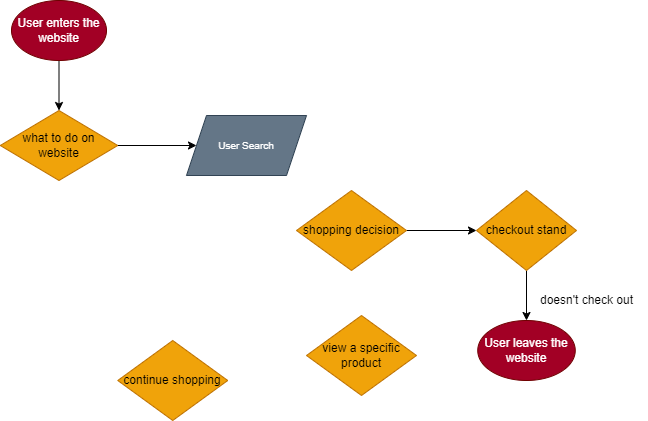
Above: explore/diagramming/diagram.drawio.png in vihsiao/sp24-cse110-lab4 (draw.io), before the change. Source tidied: cells renumbered, new cells last; positions are measured from the earlier drawing's top-left corner, leaving out a move shared by most shapes.
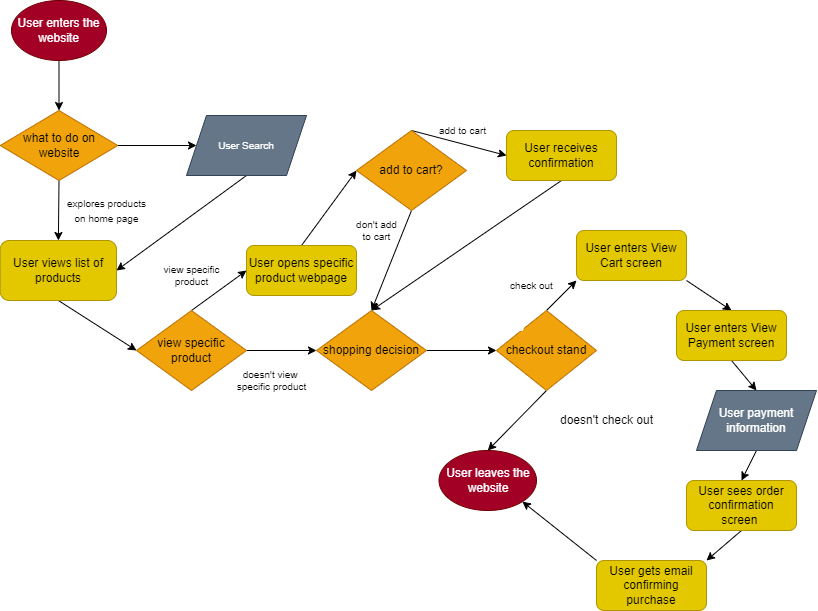
The same file after the commit.

Commit message:
finished diagram

Diff of the diagram source:
```diff
@@ -11,41 +11,128 @@
     <mxCell id="4" style="edgeStyle=none;html=1;exitX=1;exitY=0.5;exitDx=0;exitDy=0;entryX=0;entryY=0.5;entryDx=0;entryDy=0;fontSize=10;fontColor=#FFFFFF;" parent="1" edge="1" source="5" target="16">
       <mxGeometry relative="1" as="geometry" />
     </mxCell>
+    <mxCell id="17" style="edgeStyle=none;html=1;exitX=0.5;exitY=1;exitDx=0;exitDy=0;entryX=0.5;entryY=0;entryDx=0;entryDy=0;" parent="1" edge="1" source="5" target="21">
+      <mxGeometry relative="1" as="geometry" />
+    </mxCell>
     <mxCell id="5" value="&lt;span style=&quot;&quot;&gt;what to do on website&lt;/span&gt;" style="rhombus;whiteSpace=wrap;html=1;labelBackgroundColor=none;fillColor=#f0a30a;fontColor=#000000;strokeColor=#BD7000;" parent="1" vertex="1">
       <mxGeometry x="-0.2" y="110" width="117.5" height="70" as="geometry" />
     </mxCell>
     <mxCell id="6" value="User leaves the website" style="ellipse;whiteSpace=wrap;html=1;fillColor=#a20025;fontColor=#ffffff;strokeColor=#6F0000;" parent="1" vertex="1">
-      <mxGeometry x="477.2" y="320" width="97.5" height="60" as="geometry" />
+      <mxGeometry x="438.5" y="450" width="97.5" height="60" as="geometry" />
     </mxCell>
     <mxCell id="7" style="edgeStyle=none;html=1;exitX=1;exitY=0.5;exitDx=0;exitDy=0;entryX=0;entryY=0.5;entryDx=0;entryDy=0;" parent="1" edge="1" source="8" target="10">
       <mxGeometry relative="1" as="geometry" />
     </mxCell>
     <mxCell id="8" value="&lt;span style=&quot;&quot;&gt;shopping decision&lt;/span&gt;" style="rhombus;whiteSpace=wrap;html=1;labelBackgroundColor=none;fillColor=#f0a30a;fontColor=#000000;strokeColor=#BD7000;" parent="1" vertex="1">
-      <mxGeometry x="296" y="190" width="110" height="80" as="geometry" />
+      <mxGeometry x="316" y="310" width="110" height="80" as="geometry" />
     </mxCell>
     <mxCell id="9" style="edgeStyle=none;html=1;exitX=0.5;exitY=1;exitDx=0;exitDy=0;entryX=0.5;entryY=0;entryDx=0;entryDy=0;" parent="1" edge="1" source="10" target="6">
       <mxGeometry relative="1" as="geometry" />
     </mxCell>
+    <mxCell id="18" style="edgeStyle=none;html=1;exitX=0.5;exitY=0;exitDx=0;exitDy=0;entryX=0;entryY=1;entryDx=0;entryDy=0;fontSize=10;" parent="1" edge="1" source="10" target="38">
+      <mxGeometry relative="1" as="geometry" />
+    </mxCell>
     <mxCell id="10" value="&lt;span style=&quot;&quot;&gt;checkout stand&lt;/span&gt;" style="rhombus;whiteSpace=wrap;html=1;labelBackgroundColor=none;fillColor=#f0a30a;fontColor=#000000;strokeColor=#BD7000;" parent="1" vertex="1">
-      <mxGeometry x="476" y="190" width="100" height="80" as="geometry" />
+      <mxGeometry x="496" y="310" width="100" height="80" as="geometry" />
     </mxCell>
     <mxCell id="11" value="doesn't check out" style="text;html=1;align=center;verticalAlign=middle;strokeColor=none;fillColor=none;" parent="1" vertex="1">
-      <mxGeometry x="526" y="285" width="120" height="30" as="geometry" />
+      <mxGeometry x="546" y="405" width="120" height="30" as="geometry" />
     </mxCell>
     <mxCell id="12" value="&lt;font style=&quot;font-size: 10px;&quot; color=&quot;#ffffff&quot;&gt;search for product&lt;/font&gt;" style="text;html=1;align=center;verticalAlign=middle;strokeColor=none;fillColor=none;fontColor=#000000;" parent="1" vertex="1">
       <mxGeometry x="96" y="110" width="100" height="30" as="geometry" />
     </mxCell>
-    <mxCell id="13" value="view a specific product" style="rhombus;whiteSpace=wrap;html=1;labelBackgroundColor=none;fillColor=#f0a30a;fontColor=#000000;strokeColor=#BD7000;" parent="1" vertex="1">
-      <mxGeometry x="306" y="315" width="110" height="80" as="geometry" />
-    </mxCell>
-    <mxCell id="14" value="&lt;span style=&quot;&quot;&gt;continue shopping&lt;/span&gt;" style="rhombus;whiteSpace=wrap;html=1;labelBackgroundColor=none;fillColor=#f0a30a;fontColor=#000000;strokeColor=#BD7000;" parent="1" vertex="1">
-      <mxGeometry x="117.2" y="340" width="110" height="80" as="geometry" />
-    </mxCell>
     <mxCell id="15" value="don't continue shopping" style="text;html=1;align=center;verticalAlign=middle;strokeColor=none;fillColor=none;fontSize=10;fontColor=#FFFFFF;" parent="1" vertex="1">
-      <mxGeometry x="376" y="190" width="130" height="30" as="geometry" />
+      <mxGeometry x="406" y="310" width="130" height="30" as="geometry" />
     </mxCell>
+    <mxCell id="19" style="edgeStyle=none;html=1;exitX=0.5;exitY=1;exitDx=0;exitDy=0;entryX=1;entryY=0.5;entryDx=0;entryDy=0;" parent="1" edge="1" source="16" target="21">
+      <mxGeometry relative="1" as="geometry" />
+    </mxCell>
     <mxCell id="16" value="User Search" style="shape=parallelogram;perimeter=parallelogramPerimeter;whiteSpace=wrap;html=1;fixedSize=1;labelBackgroundColor=none;fontSize=10;fillColor=#647687;strokeColor=#314354;fontColor=#ffffff;" parent="1" vertex="1">
       <mxGeometry x="186" y="115" width="120" height="60" as="geometry" />
     </mxCell>
+    <mxCell id="20" style="edgeStyle=none;html=1;exitX=0.5;exitY=1;exitDx=0;exitDy=0;entryX=0;entryY=0.5;entryDx=0;entryDy=0;fontSize=10;" parent="1" edge="1" source="21" target="25">
+      <mxGeometry relative="1" as="geometry" />
+    </mxCell>
+    <mxCell id="21" value="User views list of products" style="rounded=1;whiteSpace=wrap;html=1;fillColor=#e3c800;fontColor=#000000;strokeColor=#B09500;" parent="1" vertex="1">
+      <mxGeometry x="-0.2" y="240" width="116.2" height="60" as="geometry" />
+    </mxCell>
+    <mxCell id="22" value="&lt;font style=&quot;font-size: 10px;&quot;&gt;explores products&lt;br&gt;on home page&lt;/font&gt;" style="text;html=1;align=center;verticalAlign=middle;strokeColor=none;fillColor=none;" parent="1" vertex="1">
+      <mxGeometry x="56" y="190" width="100" height="40" as="geometry" />
+    </mxCell>
+    <mxCell id="23" style="edgeStyle=none;html=1;exitX=1;exitY=0.5;exitDx=0;exitDy=0;entryX=0;entryY=0.5;entryDx=0;entryDy=0;fontSize=10;" parent="1" edge="1" source="25" target="8">
+      <mxGeometry relative="1" as="geometry" />
+    </mxCell>
+    <mxCell id="24" style="edgeStyle=none;html=1;exitX=0.5;exitY=0;exitDx=0;exitDy=0;entryX=0;entryY=0.5;entryDx=0;entryDy=0;fontSize=10;" parent="1" edge="1" source="25" target="28">
+      <mxGeometry relative="1" as="geometry" />
+    </mxCell>
+    <mxCell id="25" value="&lt;span style=&quot;&quot;&gt;view specific product&lt;/span&gt;" style="rhombus;whiteSpace=wrap;html=1;labelBackgroundColor=none;fillColor=#f0a30a;fontColor=#000000;strokeColor=#BD7000;" parent="1" vertex="1">
+      <mxGeometry x="136" y="310" width="110" height="80" as="geometry" />
+    </mxCell>
+    <mxCell id="26" value="doesn't view&amp;nbsp;&lt;br&gt;specific product" style="text;html=1;align=center;verticalAlign=middle;strokeColor=none;fillColor=none;fontSize=10;" parent="1" vertex="1">
+      <mxGeometry x="226" y="360" width="90" height="40" as="geometry" />
+    </mxCell>
+    <mxCell id="27" style="edgeStyle=none;html=1;exitX=0.5;exitY=0;exitDx=0;exitDy=0;entryX=0;entryY=0.5;entryDx=0;entryDy=0;fontSize=10;" parent="1" edge="1" source="28" target="32">
+      <mxGeometry relative="1" as="geometry" />
+    </mxCell>
+    <mxCell id="28" value="User opens specific product webpage" style="rounded=1;whiteSpace=wrap;html=1;fillColor=#e3c800;fontColor=#000000;strokeColor=#B09500;" parent="1" vertex="1">
+      <mxGeometry x="246" y="245" width="110" height="50" as="geometry" />
+    </mxCell>
+    <mxCell id="29" value="view specific&lt;br&gt;product" style="text;html=1;align=center;verticalAlign=middle;strokeColor=none;fillColor=none;fontSize=10;" parent="1" vertex="1">
+      <mxGeometry x="151" y="255" width="80" height="40" as="geometry" />
+    </mxCell>
+    <mxCell id="30" style="edgeStyle=none;html=1;exitX=0.5;exitY=1;exitDx=0;exitDy=0;entryX=0.5;entryY=0;entryDx=0;entryDy=0;fontSize=10;" parent="1" edge="1" source="32" target="8">
+      <mxGeometry relative="1" as="geometry" />
+    </mxCell>
+    <mxCell id="31" style="edgeStyle=none;html=1;exitX=0.5;exitY=0;exitDx=0;exitDy=0;entryX=0;entryY=0.5;entryDx=0;entryDy=0;fontSize=10;" parent="1" edge="1" source="32" target="35">
+      <mxGeometry relative="1" as="geometry" />
+    </mxCell>
+    <mxCell id="32" value="&lt;span style=&quot;&quot;&gt;add to cart?&lt;/span&gt;" style="rhombus;whiteSpace=wrap;html=1;labelBackgroundColor=none;fillColor=#f0a30a;fontColor=#000000;strokeColor=#BD7000;" parent="1" vertex="1">
+      <mxGeometry x="356" y="130" width="110" height="80" as="geometry" />
+    </mxCell>
+    <mxCell id="33" value="don't add&lt;br&gt;to cart" style="text;html=1;align=center;verticalAlign=middle;strokeColor=none;fillColor=none;fontSize=10;" parent="1" vertex="1">
+      <mxGeometry x="346" y="210" width="60" height="40" as="geometry" />
+    </mxCell>
+    <mxCell id="34" style="edgeStyle=none;html=1;exitX=0.5;exitY=1;exitDx=0;exitDy=0;entryX=0.5;entryY=0;entryDx=0;entryDy=0;fontSize=10;" parent="1" edge="1" source="35" target="8">
+      <mxGeometry relative="1" as="geometry" />
+    </mxCell>
+    <mxCell id="35" value="User receives confirmation" style="rounded=1;whiteSpace=wrap;html=1;fillColor=#e3c800;fontColor=#000000;strokeColor=#B09500;" parent="1" vertex="1">
+      <mxGeometry x="506" y="130" width="110" height="50" as="geometry" />
+    </mxCell>
+    <mxCell id="36" value="add to cart" style="text;html=1;align=center;verticalAlign=middle;strokeColor=none;fillColor=none;fontSize=10;" parent="1" vertex="1">
+      <mxGeometry x="427.2" y="115" width="70" height="30" as="geometry" />
+    </mxCell>
+    <mxCell id="37" style="edgeStyle=none;html=1;exitX=1;exitY=1;exitDx=0;exitDy=0;entryX=0.5;entryY=0;entryDx=0;entryDy=0;fontSize=10;" parent="1" edge="1" source="38" target="40">
+      <mxGeometry relative="1" as="geometry" />
+    </mxCell>
+    <mxCell id="38" value="User enters View Cart screen" style="rounded=1;whiteSpace=wrap;html=1;fillColor=#e3c800;fontColor=#000000;strokeColor=#B09500;" parent="1" vertex="1">
+      <mxGeometry x="576" y="230" width="110" height="50" as="geometry" />
+    </mxCell>
+    <mxCell id="39" style="edgeStyle=none;html=1;exitX=0.5;exitY=1;exitDx=0;exitDy=0;entryX=0.5;entryY=0;entryDx=0;entryDy=0;fontSize=10;" parent="1" edge="1" source="40" target="43">
+      <mxGeometry relative="1" as="geometry" />
+    </mxCell>
+    <mxCell id="40" value="User enters View Payment screen" style="rounded=1;whiteSpace=wrap;html=1;fillColor=#e3c800;fontColor=#000000;strokeColor=#B09500;" parent="1" vertex="1">
+      <mxGeometry x="676" y="310" width="110" height="50" as="geometry" />
+    </mxCell>
+    <mxCell id="41" value="check out" style="text;html=1;align=center;verticalAlign=middle;strokeColor=none;fillColor=none;fontSize=10;" parent="1" vertex="1">
+      <mxGeometry x="496" y="270" width="70" height="30" as="geometry" />
+    </mxCell>
+    <mxCell id="42" style="edgeStyle=none;html=1;exitX=0.5;exitY=1;exitDx=0;exitDy=0;entryX=0.5;entryY=0;entryDx=0;entryDy=0;fontSize=12;" parent="1" edge="1" source="43" target="45">
+      <mxGeometry relative="1" as="geometry" />
+    </mxCell>
+    <mxCell id="43" value="&lt;font style=&quot;font-size: 12px;&quot;&gt;User payment information&lt;/font&gt;" style="shape=parallelogram;perimeter=parallelogramPerimeter;whiteSpace=wrap;html=1;fixedSize=1;labelBackgroundColor=none;fontSize=10;fillColor=#647687;strokeColor=#314354;fontColor=#ffffff;" parent="1" vertex="1">
+      <mxGeometry x="696" y="390" width="120" height="60" as="geometry" />
+    </mxCell>
+    <mxCell id="44" style="edgeStyle=none;html=1;exitX=0.5;exitY=1;exitDx=0;exitDy=0;entryX=1;entryY=0;entryDx=0;entryDy=0;fontSize=12;" parent="1" edge="1" source="45" target="47">
+      <mxGeometry relative="1" as="geometry" />
+    </mxCell>
+    <mxCell id="45" value="User sees order confirmation screen&amp;nbsp;" style="rounded=1;whiteSpace=wrap;html=1;fillColor=#e3c800;fontColor=#000000;strokeColor=#B09500;" parent="1" vertex="1">
+      <mxGeometry x="686" y="480" width="110" height="50" as="geometry" />
+    </mxCell>
+    <mxCell id="46" style="edgeStyle=none;html=1;exitX=0;exitY=0;exitDx=0;exitDy=0;entryX=1;entryY=1;entryDx=0;entryDy=0;fontSize=12;" parent="1" edge="1" source="47" target="6">
+      <mxGeometry relative="1" as="geometry" />
+    </mxCell>
+    <mxCell id="47" value="User gets email confirming purchase" style="rounded=1;whiteSpace=wrap;html=1;fillColor=#e3c800;fontColor=#000000;strokeColor=#B09500;" parent="1" vertex="1">
+      <mxGeometry x="596" y="560" width="110" height="50" as="geometry" />
+    </mxCell>
   </root>
 </mxGraphModel>
```
